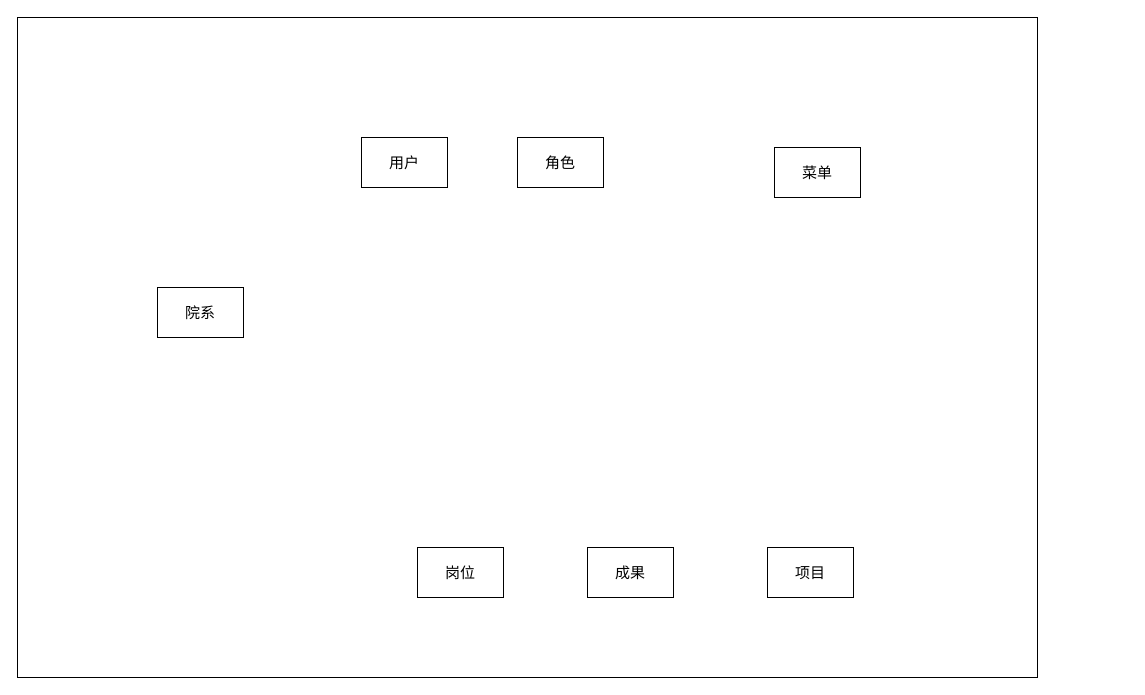
This is 未命名绘图.drawio from Greenker/springcloud-config, a draw.io file, before an edit. Source tidied: cells renumbered, new cells numbered last; positions are measured from the earlier drawing's top-left corner, leaving out a move shared by most shapes. Both pictures are drawn from the tidied source at 100%, with x=0, y=0 at pixel (17, 17).
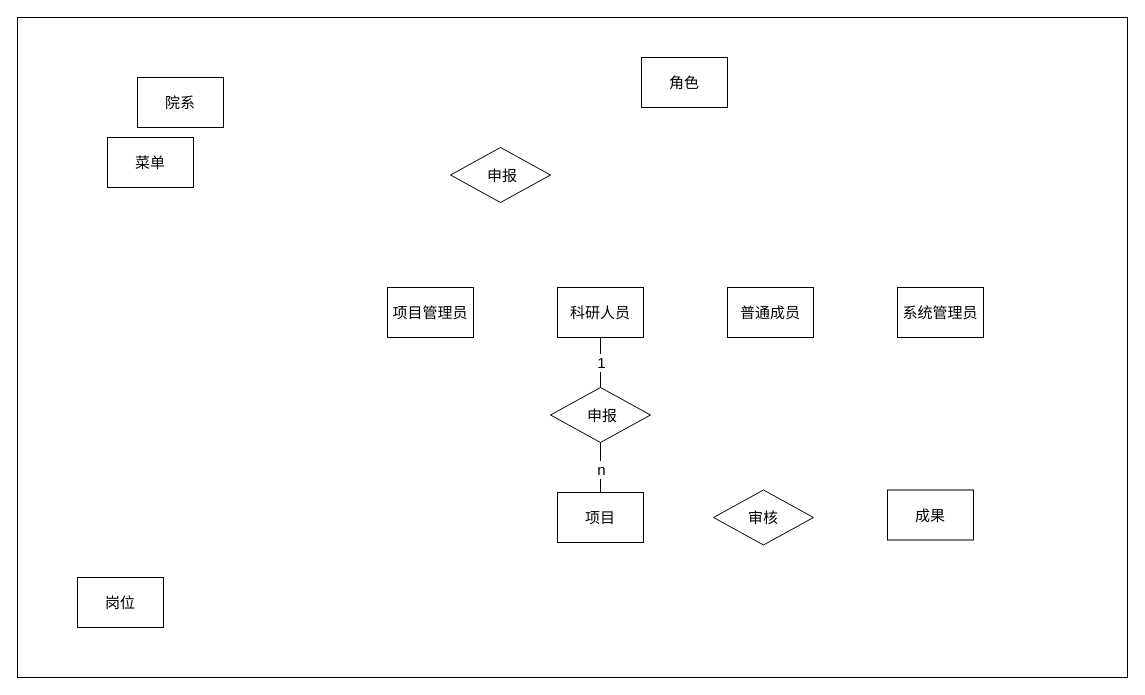
Above is the later version.

Commit message:
更新未命名绘图.drawio

The edit, as a diff of the source:
```diff
@@
 <mxGraphModel>
   <root>
     <mxCell id="0" />
     <mxCell id="1" parent="0" />
     <mxCell id="2" style="rounded=0;whiteSpace=wrap;html=1;" parent="1" vertex="1">
-      <mxGeometry width="1020" height="660" as="geometry" />
+      <mxGeometry width="1110" height="660" as="geometry" />
     </mxCell>
-    <mxCell id="3" value="&lt;font style=&quot;font-size: 15px;&quot;&gt;用户&lt;/font&gt;" style="rounded=0;whiteSpace=wrap;html=1;" parent="1" vertex="1">
-      <mxGeometry x="344" y="120" width="86" height="50" as="geometry" />
+    <mxCell id="3" value="&lt;span style=&quot;font-size: 15px;&quot;&gt;系统管理员&lt;/span&gt;" style="rounded=0;whiteSpace=wrap;html=1;" parent="1" vertex="1">
+      <mxGeometry x="880" y="270" width="86" height="50" as="geometry" />
     </mxCell>
     <mxCell id="4" value="&lt;font style=&quot;font-size: 15px;&quot;&gt;角色&lt;/font&gt;" style="rounded=0;whiteSpace=wrap;html=1;" parent="1" vertex="1">
-      <mxGeometry x="500" y="120" width="86" height="50" as="geometry" />
+      <mxGeometry x="624" y="40" width="86" height="50" as="geometry" />
     </mxCell>
     <mxCell id="5" value="&lt;font style=&quot;font-size: 15px;&quot;&gt;菜单&lt;/font&gt;" style="rounded=0;whiteSpace=wrap;html=1;" parent="1" vertex="1">
-      <mxGeometry x="757" y="130" width="86" height="50" as="geometry" />
+      <mxGeometry x="90" y="120" width="86" height="50" as="geometry" />
     </mxCell>
     <mxCell id="6" value="&lt;font style=&quot;font-size: 15px;&quot;&gt;院系&lt;/font&gt;" style="rounded=0;whiteSpace=wrap;html=1;" parent="1" vertex="1">
-      <mxGeometry x="140" y="270" width="86" height="50" as="geometry" />
+      <mxGeometry x="120" y="60" width="86" height="50" as="geometry" />
     </mxCell>
     <mxCell id="7" value="&lt;font style=&quot;font-size: 15px;&quot;&gt;岗位&lt;/font&gt;" style="rounded=0;whiteSpace=wrap;html=1;" parent="1" vertex="1">
-      <mxGeometry x="400" y="530" width="86" height="50" as="geometry" />
+      <mxGeometry x="60" y="560" width="86" height="50" as="geometry" />
     </mxCell>
     <mxCell id="8" value="&lt;span style=&quot;font-size: 15px;&quot;&gt;项目&lt;/span&gt;" style="rounded=0;whiteSpace=wrap;html=1;" parent="1" vertex="1">
-      <mxGeometry x="750" y="530" width="86" height="50" as="geometry" />
+      <mxGeometry x="540" y="475" width="86" height="50" as="geometry" />
     </mxCell>
     <mxCell id="9" value="&lt;span style=&quot;font-size: 15px;&quot;&gt;成果&lt;/span&gt;" style="rounded=0;whiteSpace=wrap;html=1;" parent="1" vertex="1">
-      <mxGeometry x="570" y="530" width="86" height="50" as="geometry" />
+      <mxGeometry x="870" y="472.5" width="86" height="50" as="geometry" />
     </mxCell>
+    <mxCell id="10" style="rounded=0;jettySize=auto;html=1;exitX=0.5;exitY=1;exitDx=0;exitDy=0;entryX=0.5;entryY=0;entryDx=0;entryDy=0;endArrow=none;endFill=0;" parent="1" edge="1" source="12" target="17">
+      <mxGeometry relative="1" as="geometry" />
+    </mxCell>
+    <mxCell id="11" value="&lt;font style=&quot;font-size: 15px;&quot;&gt;1&lt;/font&gt;" style="edgeLabel;html=1;align=center;verticalAlign=middle;" parent="10" vertex="1">
+      <mxGeometry x="-0.05" relative="1" as="geometry" />
+    </mxCell>
+    <mxCell id="12" value="&lt;span style=&quot;font-size: 15px; font-weight: 400;&quot;&gt;科研人员&lt;/span&gt;" style="rounded=0;whiteSpace=wrap;html=1;fontStyle=1;" parent="1" vertex="1">
+      <mxGeometry x="540" y="270" width="86" height="50" as="geometry" />
+    </mxCell>
+    <mxCell id="13" value="&lt;span style=&quot;font-size: 15px; font-weight: normal;&quot;&gt;项目管理员&lt;/span&gt;" style="rounded=0;whiteSpace=wrap;html=1;fontStyle=1;" parent="1" vertex="1">
+      <mxGeometry x="370" y="270" width="86" height="50" as="geometry" />
+    </mxCell>
+    <mxCell id="14" value="&lt;span style=&quot;font-size: 15px; font-weight: normal;&quot;&gt;普通成员&lt;/span&gt;" style="rounded=0;whiteSpace=wrap;html=1;fontStyle=1;" parent="1" vertex="1">
+      <mxGeometry x="710" y="270" width="86" height="50" as="geometry" />
+    </mxCell>
+    <mxCell id="15" style="edgeStyle=orthogonalEdgeStyle;rounded=0;jettySize=auto;html=1;exitX=0.5;exitY=1;exitDx=0;exitDy=0;entryX=0.5;entryY=0;entryDx=0;entryDy=0;endArrow=none;endFill=0;" parent="1" edge="1" source="17" target="8">
+      <mxGeometry relative="1" as="geometry" />
+    </mxCell>
+    <mxCell id="16" value="&lt;font style=&quot;font-size: 15px;&quot;&gt;n&lt;/font&gt;" style="edgeLabel;html=1;align=center;verticalAlign=middle;" parent="15" vertex="1">
+      <mxGeometry x="0.05" relative="1" as="geometry" />
+    </mxCell>
+    <mxCell id="17" value="&lt;span style=&quot;font-size: 15px;&quot;&gt;&amp;nbsp;申报&lt;/span&gt;" style="rhombus;whiteSpace=wrap;html=1;" parent="1" vertex="1">
+      <mxGeometry x="533" y="370" width="100" height="55" as="geometry" />
+    </mxCell>
+    <mxCell id="18" value="&lt;span style=&quot;font-size: 15px;&quot;&gt;审核&lt;/span&gt;" style="rhombus;whiteSpace=wrap;html=1;fontStyle=0;" parent="1" vertex="1">
+      <mxGeometry x="696" y="472.5" width="100" height="55" as="geometry" />
+    </mxCell>
+    <mxCell id="19" value="&lt;span style=&quot;font-size: 15px;&quot;&gt;&amp;nbsp;申报&lt;/span&gt;" style="rhombus;whiteSpace=wrap;html=1;" parent="1" vertex="1">
+      <mxGeometry x="433" y="130" width="100" height="55" as="geometry" />
+    </mxCell>
   </root>
 </mxGraphModel>
```
